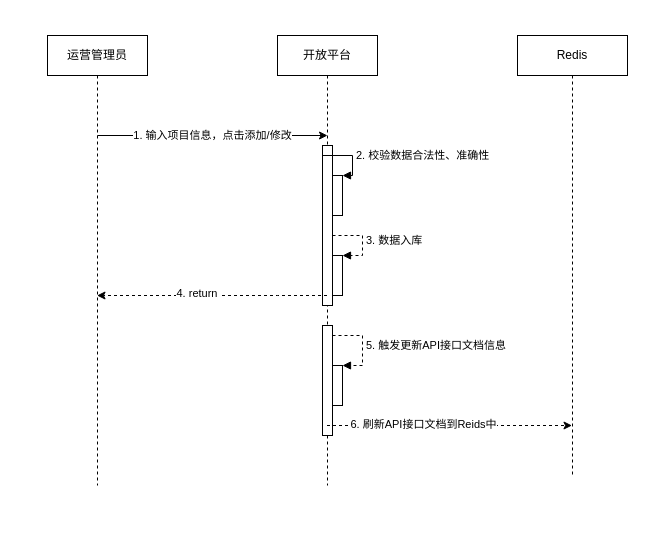
Earlier version of the draw.io diagram 开放平台添加项目功能.drawio (laowang-cloud/diagrams). Source tidied: cells renumbered, new cells numbered last; positions are measured from the earlier drawing's top-left corner, leaving out a move shared by most shapes. Both pictures are drawn from the tidied source at 100%, with x=0, y=0 at pixel (47, 35).
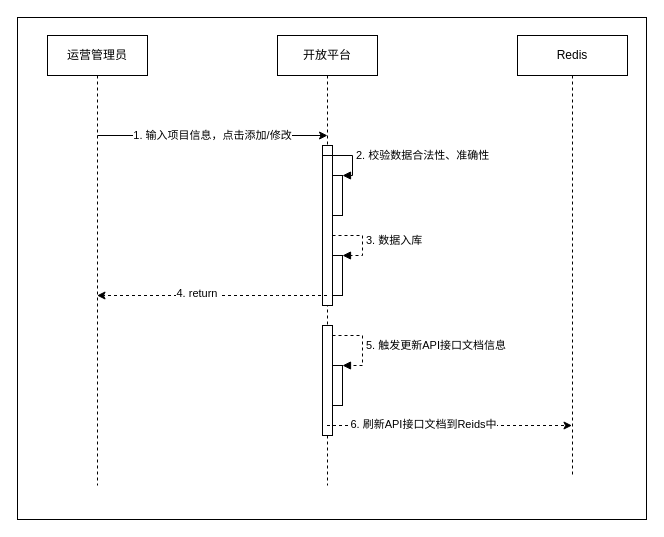
After the change.

Commit message (it also covers changes not shown here):
更新开放平台添加项目功能.drawio

What changed in the source:
```diff
@@
+    <mxCell id="18" style="rounded=0;whiteSpace=wrap;html=1;" parent="1" vertex="1">
+      <mxGeometry x="-30" y="-18" width="629" height="502" as="geometry" />
+    </mxCell>
```
